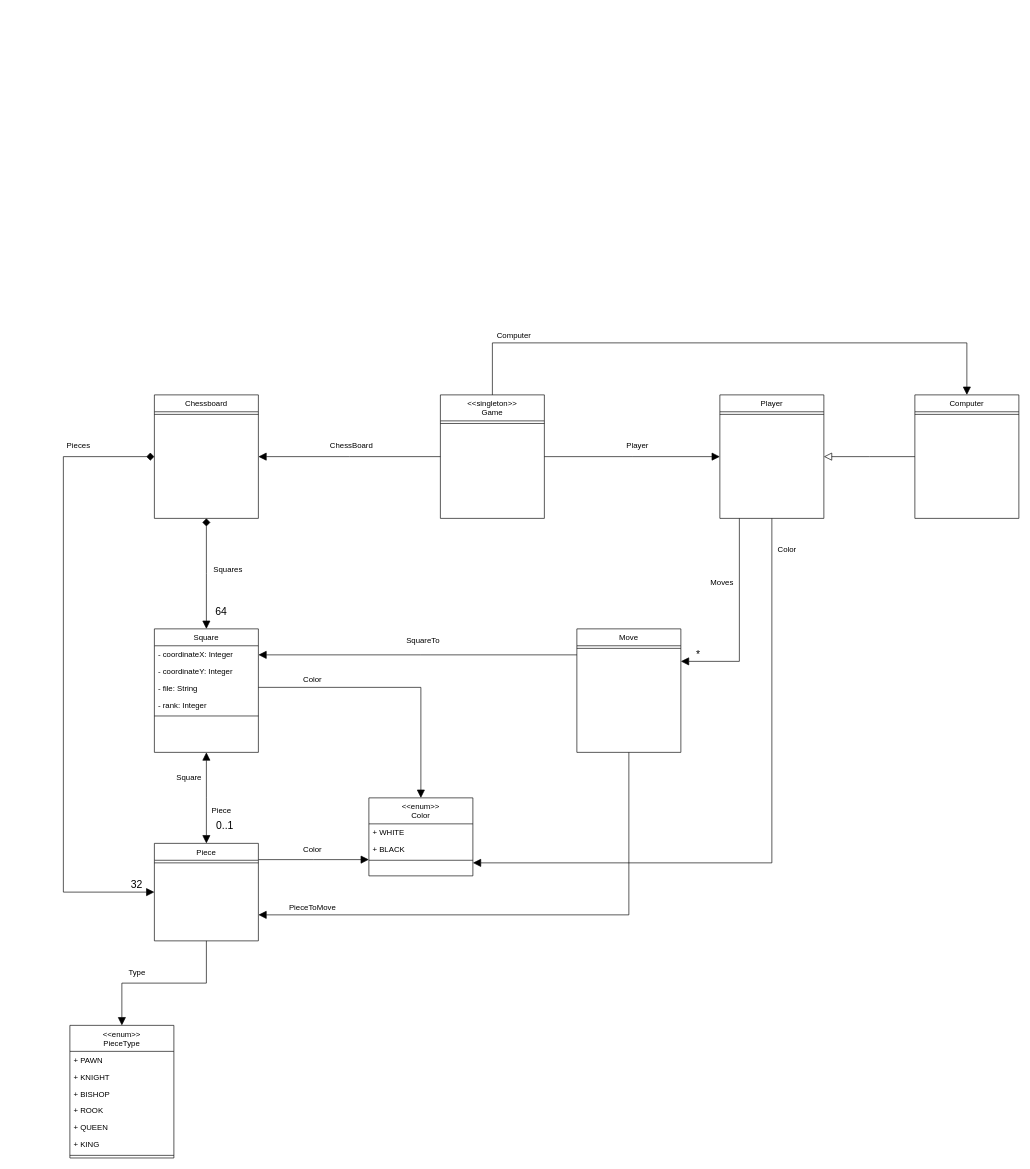
The draw.io diagram Design/chess_class_diagram.drawio in santacg/Chess, before the edit. Source tidied: cells renumbered, new cells numbered last; positions are measured from the earlier drawing's top-left corner, leaving out a move shared by most shapes. Both pictures are drawn from the tidied source at 65%, with x=0, y=0 at pixel (11, 11).
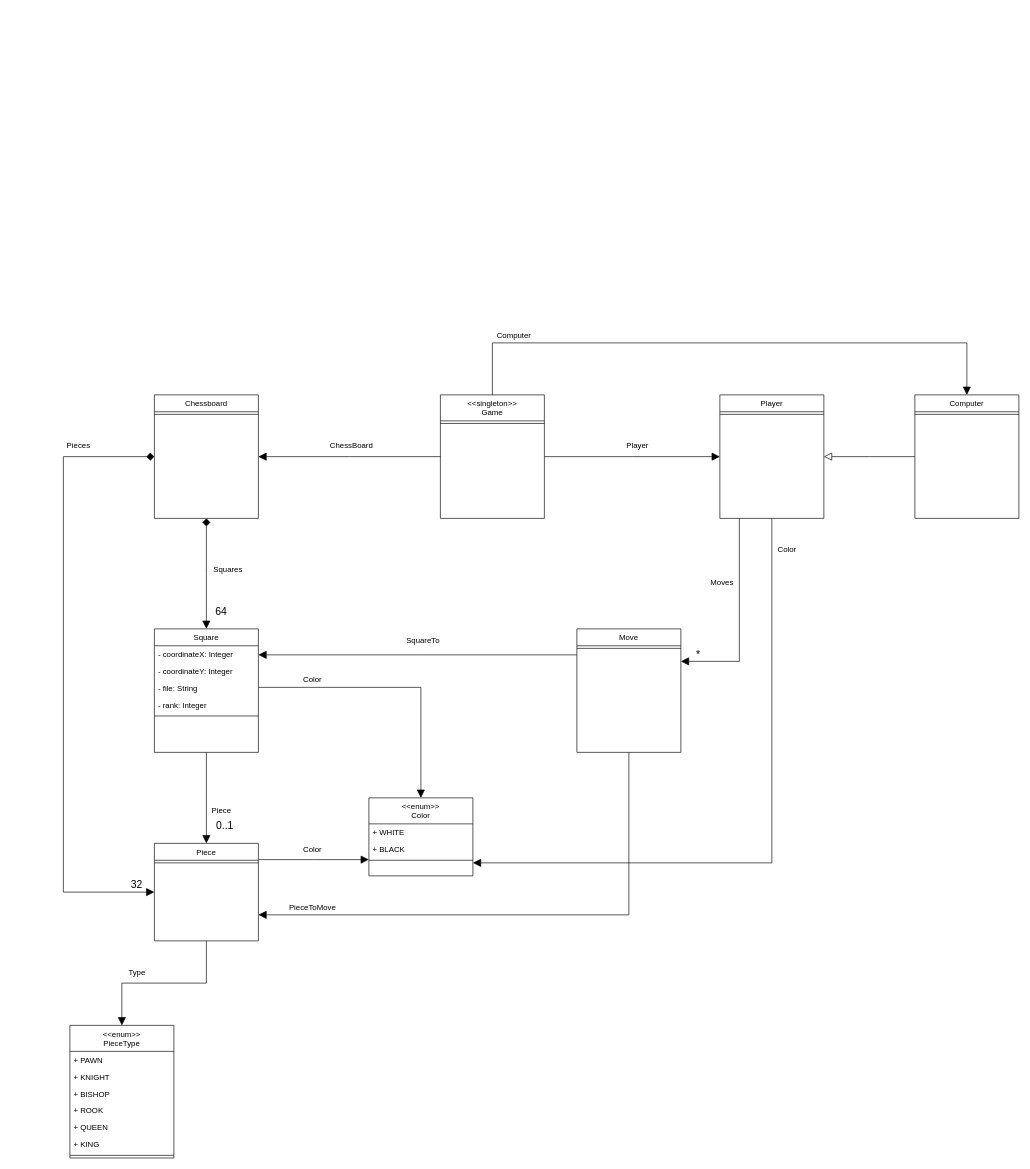
Above is the later version.

Unchanged cells that the change refers to:
```xml
<mxCell id="4" value="Piece " style="swimlane;fontStyle=0;align=center;verticalAlign=top;horizontal=1;startSize=26;rounded=0;shadow=0;strokeWidth=1;" parent="1" vertex="1">
  <mxGeometry x="220" y="1280" width="160" height="150" as="geometry" />
</mxCell>
<mxCell id="12" value="Square" style="swimlane;fontStyle=0;align=center;verticalAlign=top;horizontal=1;startSize=26;rounded=0;shadow=0;strokeWidth=1;" parent="1" vertex="1">
  <mxGeometry x="220" y="950" width="160" height="190" as="geometry" />
</mxCell>
```

Change to the diagram source:
```diff
@@
-    <mxCell id="11" style="edgeStyle=elbowEdgeStyle;shape=connector;curved=0;rounded=0;jettySize=auto;elbow=vertical;html=1;shadow=0;strokeColor=default;strokeWidth=1;align=center;verticalAlign=middle;fontFamily=Helvetica;fontSize=11;fontColor=default;labelBackgroundColor=default;startSize=10;endArrow=block;endFill=1;endSize=10;startArrow=block;startFill=1;" parent="1" edge="1" source="12" target="4">
+    <mxCell id="11" style="edgeStyle=elbowEdgeStyle;shape=connector;curved=0;rounded=0;jettySize=auto;elbow=vertical;html=1;shadow=0;strokeColor=default;strokeWidth=1;align=center;verticalAlign=middle;fontFamily=Helvetica;fontSize=11;fontColor=default;labelBackgroundColor=default;startSize=10;endArrow=block;endFill=1;endSize=10;startArrow=none;startFill=0;" parent="1" edge="1" source="12" target="4">
       <mxGeometry relative="1" as="geometry" />
     </mxCell>
@@
-    <mxCell id="26" value="Square" style="text;html=1;align=center;verticalAlign=middle;labelBackgroundColor=none;rounded=0;shadow=0;strokeWidth=1;fontSize=12;" parent="1" vertex="1">
-      <mxGeometry x="170" y="680" as="geometry">
-        <mxPoint x="102" y="498" as="offset" />
-      </mxGeometry>
-    </mxCell>
```
